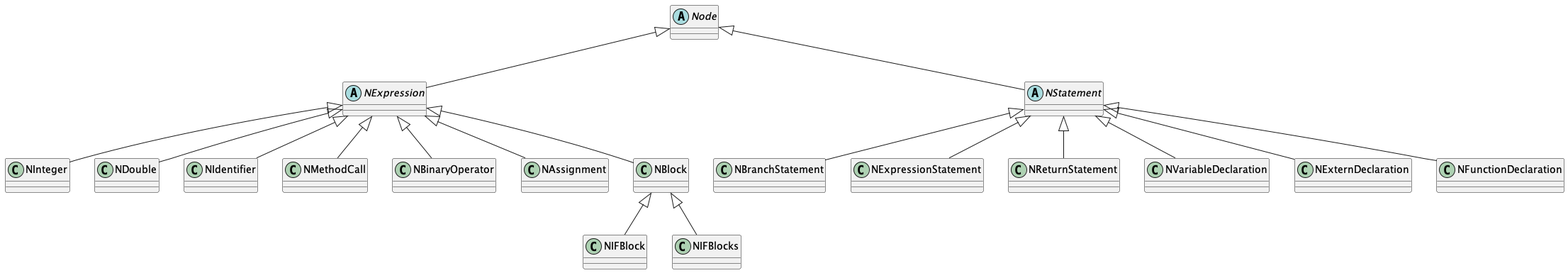
Before: static/images/arch_v0.png, a diagram exported from PlantUML (tengwu/tengwu.github.io). The source it was exported from:
```plantuml
@startuml
abstract class "Node"
abstract class "NExpression"
abstract class "NStatement"
class NInteger
class NDouble
class NIdentifier
class NInteger
class NMethodCall
class NBinaryOperator
class NAssignment
class NBlock
class NIFBlock
class NIFBlocks
class NBranchStatement
class NExpressionStatement
class NReturnStatement
class NVariableDeclaration
class NExternDeclaration
class NFunctionDeclaration

Node <|-- NExpression
Node <|-- NStatement

NExpression <|-- NInteger
NExpression <|-- NDouble
NExpression <|-- NIdentifier
NExpression <|-- NMethodCall
NExpression <|-- NBinaryOperator
NExpression <|-- NAssignment
NExpression <|-- NBlock

NBlock <|-- NIFBlock
NBlock <|-- NIFBlocks

NStatement <|-- NBranchStatement
NStatement <|-- NExpressionStatement
NStatement <|-- NReturnStatement
NStatement <|-- NVariableDeclaration
NStatement <|-- NExternDeclaration
NStatement <|-- NFunctionDeclaration
@enduml
```
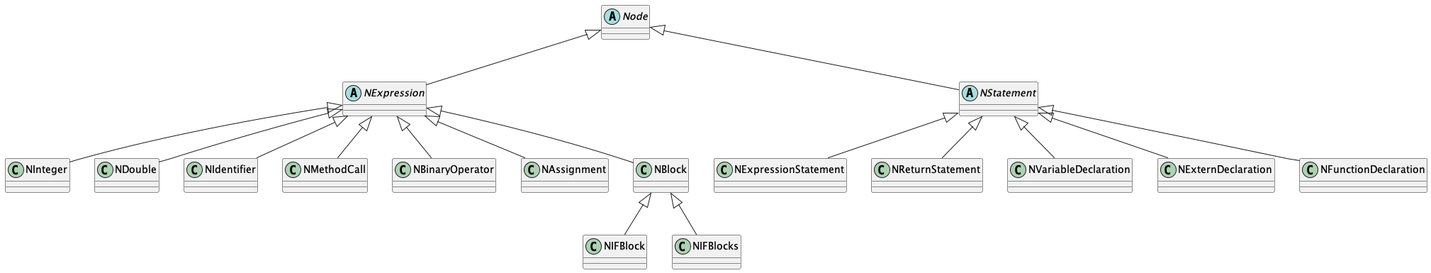
Later version of the same file.

The edit, as a diff of the source:
```diff
@@ -12,7 +12,6 @@
 class NBlock
 class NIFBlock
 class NIFBlocks
-class NBranchStatement
 class NExpressionStatement
 class NReturnStatement
 class NVariableDeclaration
@@ -33,7 +32,6 @@
 NBlock <|-- NIFBlock
 NBlock <|-- NIFBlocks
 
-NStatement <|-- NBranchStatement
 NStatement <|-- NExpressionStatement
 NStatement <|-- NReturnStatement
 NStatement <|-- NVariableDeclaration
```
